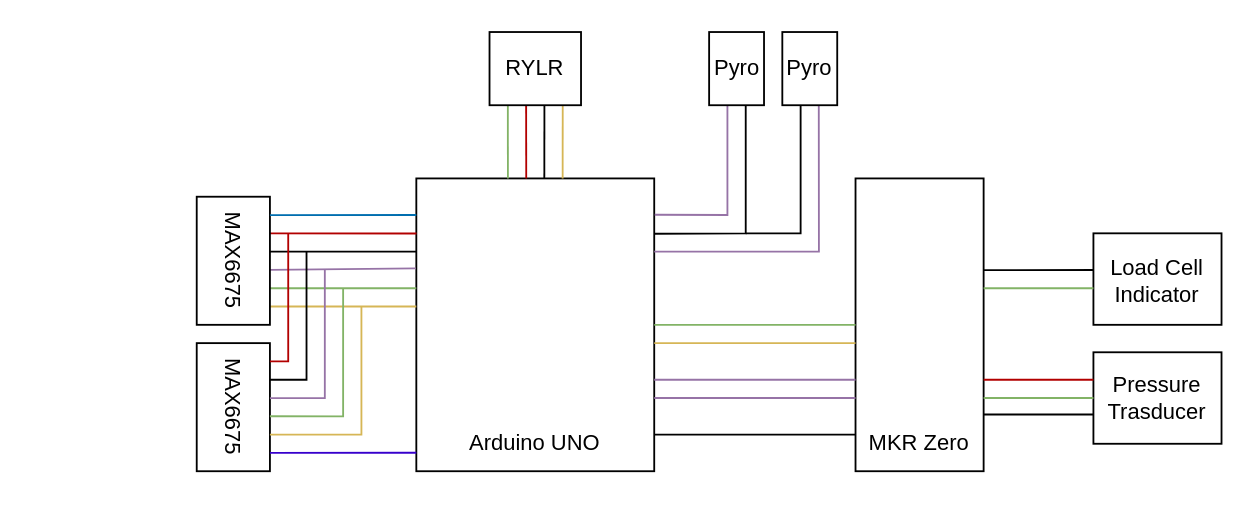
This is testbed/Motor Test Setup.drawio from D-Coder-42/TMIT_MOTORTEST24, a draw.io file, before an edit. Source tidied: cells renumbered, new cells numbered last; positions are measured from the earlier drawing's top-left corner, leaving out a move shared by most shapes. Both pictures are drawn from the tidied source at 183%, with x=0, y=0 at pixel (159, 31).
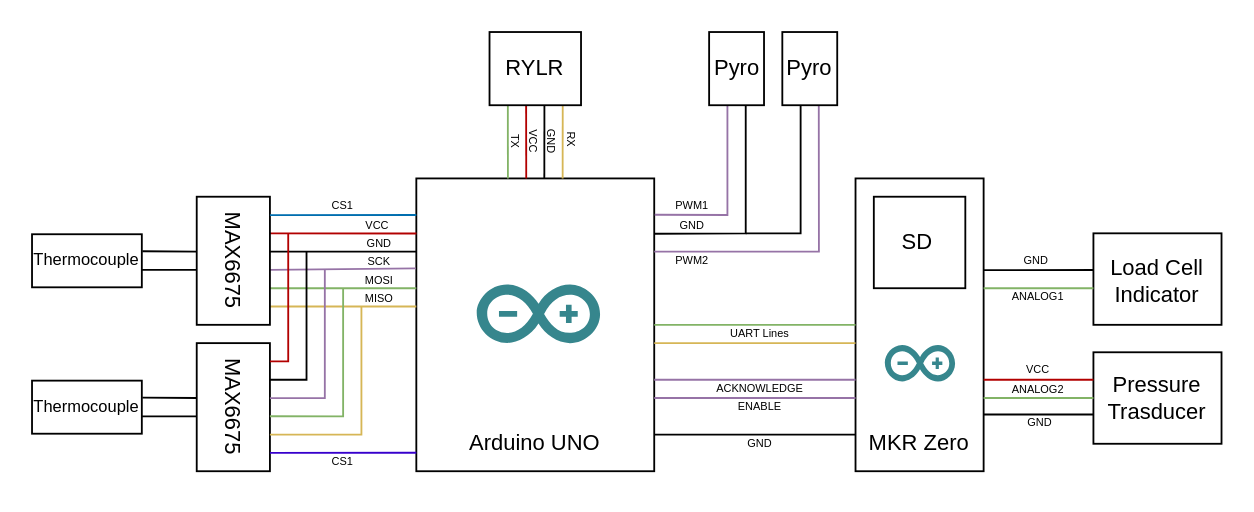
The same page after the edit.

Commit message:
Complete Motor Testbed Setup drawing

The change refers to these unchanged cells:
```xml
<mxCell id="2" style="rounded=0;whiteSpace=wrap;html=1;rotation=-90;" parent="1" vertex="1">
  <mxGeometry x="125" y="95" width="160" height="130" as="geometry" />
</mxCell>
<mxCell id="16" style="rounded=0;whiteSpace=wrap;html=1;" parent="1" vertex="1">
  <mxGeometry x="20" y="90" width="40" height="70" as="geometry" />
</mxCell>
```

What changed in the source:
```diff
@@
-    <mxCell id="15" style="endArrow=none;html=1;rounded=0;entryX=0.812;entryY=0.001;entryDx=0;entryDy=0;entryPerimeter=0;exitX=1;exitY=0.286;exitDx=0;exitDy=0;exitPerimeter=0;fillColor=#e51400;strokeColor=#B20000;" parent="1" edge="1" source="16" target="2">
-      <mxGeometry relative="1" as="geometry" />
+    <mxCell id="15" style="endArrow=none;html=1;rounded=0;entryX=0.812;entryY=0.001;entryDx=0;entryDy=0;entryPerimeter=0;exitX=1;exitY=0.286;exitDx=0;exitDy=0;exitPerimeter=0;fillColor=#e51400;strokeColor=#B20000;" parent="1" edge="1">
+      <mxGeometry relative="1" as="geometry">
+        <mxPoint x="60" y="110" as="sourcePoint" />
+        <mxPoint x="140.1" y="110.1" as="targetPoint" />
+      </mxGeometry>
     </mxCell>
@@
+    <mxCell id="50" value="&lt;div&gt;&lt;span style=&quot;background-color: transparent; color: light-dark(rgb(0, 0, 0), rgb(255, 255, 255));&quot;&gt;CS1&lt;/span&gt;&lt;/div&gt;" style="text;html=1;align=center;verticalAlign=middle;whiteSpace=wrap;rounded=0;fontSize=6;" parent="1" vertex="1">
+      <mxGeometry x="80" y="90" width="40" height="10" as="geometry" />
+    </mxCell>
+    <mxCell id="51" value="&lt;div&gt;&lt;span style=&quot;background-color: transparent; color: light-dark(rgb(0, 0, 0), rgb(255, 255, 255));&quot;&gt;CS1&lt;/span&gt;&lt;/div&gt;" style="text;html=1;align=center;verticalAlign=middle;whiteSpace=wrap;rounded=0;fontSize=6;" parent="1" vertex="1">
+      <mxGeometry x="80" y="230" width="40" height="10" as="geometry" />
+    </mxCell>
+    <mxCell id="52" value="&lt;div&gt;&lt;span style=&quot;background-color: transparent; color: light-dark(rgb(0, 0, 0), rgb(255, 255, 255));&quot;&gt;VCC&lt;/span&gt;&lt;/div&gt;" style="text;html=1;align=center;verticalAlign=middle;whiteSpace=wrap;rounded=0;fontSize=6;" parent="1" vertex="1">
+      <mxGeometry x="99" y="101" width="40" height="10" as="geometry" />
+    </mxCell>
+    <mxCell id="53" value="&lt;div&gt;&lt;span style=&quot;background-color: transparent; color: light-dark(rgb(0, 0, 0), rgb(255, 255, 255));&quot;&gt;GND&lt;/span&gt;&lt;/div&gt;" style="text;html=1;align=center;verticalAlign=middle;whiteSpace=wrap;rounded=0;fontSize=6;" parent="1" vertex="1">
+      <mxGeometry x="100" y="111" width="40" height="10" as="geometry" />
+    </mxCell>
+    <mxCell id="54" value="&lt;div&gt;&lt;span style=&quot;background-color: transparent; color: light-dark(rgb(0, 0, 0), rgb(255, 255, 255));&quot;&gt;SCK&lt;/span&gt;&lt;/div&gt;" style="text;html=1;align=center;verticalAlign=middle;whiteSpace=wrap;rounded=0;fontSize=6;" parent="1" vertex="1">
+      <mxGeometry x="100" y="121" width="40" height="10" as="geometry" />
+    </mxCell>
+    <mxCell id="55" value="&lt;div&gt;&lt;span style=&quot;background-color: transparent; color: light-dark(rgb(0, 0, 0), rgb(255, 255, 255));&quot;&gt;MOSI&lt;/span&gt;&lt;/div&gt;" style="text;html=1;align=center;verticalAlign=middle;whiteSpace=wrap;rounded=0;fontSize=6;" parent="1" vertex="1">
+      <mxGeometry x="100" y="131" width="40" height="10" as="geometry" />
+    </mxCell>
+    <mxCell id="56" value="MISO" style="text;html=1;align=center;verticalAlign=middle;whiteSpace=wrap;rounded=0;fontSize=6;" parent="1" vertex="1">
+      <mxGeometry x="100" y="141" width="40" height="10" as="geometry" />
+    </mxCell>
+    <mxCell id="57" value="&lt;div&gt;&lt;span style=&quot;background-color: transparent; color: light-dark(rgb(0, 0, 0), rgb(255, 255, 255));&quot;&gt;GND&lt;/span&gt;&lt;/div&gt;" style="text;html=1;align=center;verticalAlign=middle;whiteSpace=wrap;rounded=0;fontSize=6;" parent="1" vertex="1">
+      <mxGeometry x="307.5" y="220" width="40" height="10" as="geometry" />
+    </mxCell>
+    <mxCell id="58" value="&lt;div&gt;&lt;span style=&quot;background-color: transparent; color: light-dark(rgb(0, 0, 0), rgb(255, 255, 255));&quot;&gt;ENABLE&lt;/span&gt;&lt;/div&gt;" style="text;html=1;align=center;verticalAlign=middle;whiteSpace=wrap;rounded=0;fontSize=6;" parent="1" vertex="1">
+      <mxGeometry x="307.5" y="200" width="40" height="10" as="geometry" />
+    </mxCell>
+    <mxCell id="59" value="&lt;div&gt;&lt;span style=&quot;background-color: transparent; color: light-dark(rgb(0, 0, 0), rgb(255, 255, 255));&quot;&gt;ACKNOWLEDGE&lt;/span&gt;&lt;/div&gt;" style="text;html=1;align=center;verticalAlign=middle;whiteSpace=wrap;rounded=0;fontSize=6;" parent="1" vertex="1">
+      <mxGeometry x="307.5" y="190" width="40" height="10" as="geometry" />
+    </mxCell>
+    <mxCell id="60" value="UART Lines" style="text;html=1;align=center;verticalAlign=middle;whiteSpace=wrap;rounded=0;fontSize=6;" parent="1" vertex="1">
+      <mxGeometry x="307.5" y="160" width="40" height="10" as="geometry" />
+    </mxCell>
+    <mxCell id="61" value="&lt;div&gt;&lt;span style=&quot;background-color: transparent; color: light-dark(rgb(0, 0, 0), rgb(255, 255, 255));&quot;&gt;GND&lt;/span&gt;&lt;/div&gt;" style="text;html=1;align=center;verticalAlign=middle;whiteSpace=wrap;rounded=0;fontSize=6;" parent="1" vertex="1">
+      <mxGeometry x="270.5" y="101" width="40" height="10" as="geometry" />
+    </mxCell>
+    <mxCell id="62" value="&lt;div&gt;&lt;span style=&quot;background-color: transparent; color: light-dark(rgb(0, 0, 0), rgb(255, 255, 255));&quot;&gt;PWM2&lt;/span&gt;&lt;/div&gt;" style="text;html=1;align=center;verticalAlign=middle;whiteSpace=wrap;rounded=0;fontSize=6;" parent="1" vertex="1">
+      <mxGeometry x="270.5" y="120" width="40" height="10" as="geometry" />
+    </mxCell>
+    <mxCell id="63" value="&lt;div&gt;&lt;span style=&quot;background-color: transparent; color: light-dark(rgb(0, 0, 0), rgb(255, 255, 255));&quot;&gt;PWM1&lt;/span&gt;&lt;/div&gt;" style="text;html=1;align=center;verticalAlign=middle;whiteSpace=wrap;rounded=0;fontSize=6;" parent="1" vertex="1">
+      <mxGeometry x="270.5" y="90" width="40" height="10" as="geometry" />
+    </mxCell>
+    <mxCell id="64" value="&lt;div&gt;&lt;span style=&quot;background-color: transparent; color: light-dark(rgb(0, 0, 0), rgb(255, 255, 255));&quot;&gt;GND&lt;/span&gt;&lt;/div&gt;" style="text;html=1;align=center;verticalAlign=middle;whiteSpace=wrap;rounded=0;fontSize=6;" parent="1" vertex="1">
+      <mxGeometry x="460.5" y="209" width="40" height="10" as="geometry" />
+    </mxCell>
+    <mxCell id="65" value="&lt;div&gt;&lt;span style=&quot;background-color: transparent; color: light-dark(rgb(0, 0, 0), rgb(255, 255, 255));&quot;&gt;GND&lt;/span&gt;&lt;/div&gt;" style="text;html=1;align=center;verticalAlign=middle;whiteSpace=wrap;rounded=0;fontSize=6;" parent="1" vertex="1">
+      <mxGeometry x="458.5" y="120" width="40" height="10" as="geometry" />
+    </mxCell>
+    <mxCell id="66" value="&lt;div&gt;&lt;span style=&quot;background-color: transparent; color: light-dark(rgb(0, 0, 0), rgb(255, 255, 255));&quot;&gt;ANALOG1&lt;/span&gt;&lt;/div&gt;" style="text;html=1;align=center;verticalAlign=middle;whiteSpace=wrap;rounded=0;fontSize=6;" parent="1" vertex="1">
+      <mxGeometry x="459.5" y="140" width="40" height="10" as="geometry" />
+    </mxCell>
+    <mxCell id="67" value="&lt;div&gt;&lt;span style=&quot;background-color: transparent; color: light-dark(rgb(0, 0, 0), rgb(255, 255, 255));&quot;&gt;ANALOG2&lt;/span&gt;&lt;/div&gt;" style="text;html=1;align=center;verticalAlign=middle;whiteSpace=wrap;rounded=0;fontSize=6;" parent="1" vertex="1">
+      <mxGeometry x="459.5" y="191" width="40" height="10" as="geometry" />
+    </mxCell>
+    <mxCell id="68" value="&lt;div&gt;&lt;span style=&quot;background-color: transparent; color: light-dark(rgb(0, 0, 0), rgb(255, 255, 255));&quot;&gt;VCC&lt;/span&gt;&lt;/div&gt;" style="text;html=1;align=center;verticalAlign=middle;whiteSpace=wrap;rounded=0;fontSize=6;" parent="1" vertex="1">
+      <mxGeometry x="459.5" y="180" width="40" height="10" as="geometry" />
+    </mxCell>
+    <mxCell id="69" value="RX" style="text;html=1;align=center;verticalAlign=middle;whiteSpace=wrap;rounded=0;fontSize=6;rotation=90;" parent="1" vertex="1">
+      <mxGeometry x="210" y="54" width="30" height="10" as="geometry" />
+    </mxCell>
+    <mxCell id="70" value="GND" style="text;html=1;align=center;verticalAlign=middle;whiteSpace=wrap;rounded=0;fontSize=6;rotation=90;" parent="1" vertex="1">
+      <mxGeometry x="199" y="55" width="30" height="10" as="geometry" />
+    </mxCell>
+    <mxCell id="71" value="VCC" style="text;html=1;align=center;verticalAlign=middle;whiteSpace=wrap;rounded=0;fontSize=6;rotation=90;" parent="1" vertex="1">
+      <mxGeometry x="189" y="55" width="30" height="10" as="geometry" />
+    </mxCell>
+    <mxCell id="72" value="TX" style="text;html=1;align=center;verticalAlign=middle;whiteSpace=wrap;rounded=0;fontSize=6;rotation=90;" parent="1" vertex="1">
+      <mxGeometry x="179" y="55" width="30" height="10" as="geometry" />
+    </mxCell>
+    <mxCell id="73" style="rounded=0;whiteSpace=wrap;html=1;" parent="1" vertex="1">
+      <mxGeometry x="-70" y="110.5" width="60" height="29" as="geometry" />
+    </mxCell>
+    <mxCell id="74" style="endArrow=none;html=1;rounded=0;exitX=1.005;exitY=0.321;exitDx=0;exitDy=0;exitPerimeter=0;" parent="1" edge="1" source="73">
+      <mxGeometry relative="1" as="geometry">
+        <mxPoint x="20" y="120" as="targetPoint" />
+      </mxGeometry>
+    </mxCell>
+    <mxCell id="75" style="endArrow=none;html=1;rounded=0;exitX=1.005;exitY=0.321;exitDx=0;exitDy=0;exitPerimeter=0;" parent="1" edge="1">
+      <mxGeometry relative="1" as="geometry">
+        <mxPoint x="-10" y="130" as="sourcePoint" />
+        <mxPoint x="20" y="130" as="targetPoint" />
+      </mxGeometry>
+    </mxCell>
+    <mxCell id="76" value="Thermocouple" style="text;html=1;align=center;verticalAlign=middle;whiteSpace=wrap;rounded=0;fontSize=9;" parent="1" vertex="1">
+      <mxGeometry x="-70" y="110" width="60" height="30" as="geometry" />
+    </mxCell>
+    <mxCell id="77" style="rounded=0;whiteSpace=wrap;html=1;" parent="1" vertex="1">
+      <mxGeometry x="-70" y="190.5" width="60" height="29" as="geometry" />
+    </mxCell>
+    <mxCell id="78" style="endArrow=none;html=1;rounded=0;exitX=1.005;exitY=0.321;exitDx=0;exitDy=0;exitPerimeter=0;" parent="1" edge="1" source="77">
+      <mxGeometry relative="1" as="geometry">
+        <mxPoint x="20" y="200" as="targetPoint" />
+      </mxGeometry>
+    </mxCell>
+    <mxCell id="79" style="endArrow=none;html=1;rounded=0;exitX=1.005;exitY=0.321;exitDx=0;exitDy=0;exitPerimeter=0;" parent="1" edge="1">
+      <mxGeometry relative="1" as="geometry">
+        <mxPoint x="-10" y="210" as="sourcePoint" />
+        <mxPoint x="20" y="210" as="targetPoint" />
+      </mxGeometry>
+    </mxCell>
+    <mxCell id="80" value="Thermocouple" style="text;html=1;align=center;verticalAlign=middle;whiteSpace=wrap;rounded=0;fontSize=9;" parent="1" vertex="1">
+      <mxGeometry x="-70" y="190" width="60" height="30" as="geometry" />
+    </mxCell>
+    <mxCell id="81" style="dashed=0;html=1;align=center;labelPosition=center;verticalLabelPosition=bottom;verticalAlign=top;shape=mxgraph.weblogos.arduino;fillColor=#36868D;strokeColor=none;" parent="1" vertex="1">
+      <mxGeometry x="173" y="138" width="67.4" height="32" as="geometry" />
+    </mxCell>
+    <mxCell id="82" style="dashed=0;html=1;align=center;labelPosition=center;verticalLabelPosition=bottom;verticalAlign=top;shape=mxgraph.weblogos.arduino;fillColor=#36868D;strokeColor=none;" parent="1" vertex="1">
+      <mxGeometry x="396" y="171" width="38.4" height="20" as="geometry" />
+    </mxCell>
+    <mxCell id="83" style="rounded=0;whiteSpace=wrap;html=1;" parent="1" vertex="1">
+      <mxGeometry x="390" y="90" width="50" height="50" as="geometry" />
+    </mxCell>
+    <mxCell id="84" value="SD" style="text;html=1;align=center;verticalAlign=middle;whiteSpace=wrap;rounded=0;" parent="1" vertex="1">
+      <mxGeometry x="384" y="100" width="60" height="30" as="geometry" />
+    </mxCell>
```
